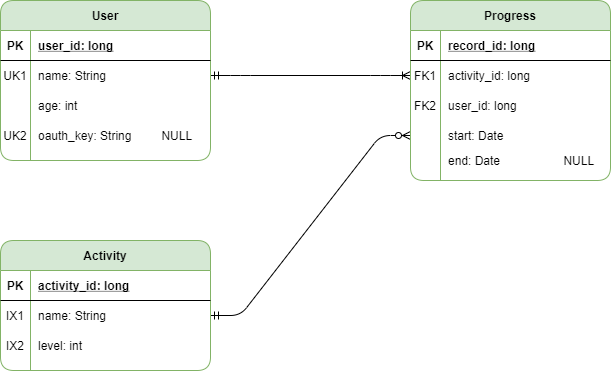
anhristian/play-numbers keeps this draw.io diagram as docs/img/erd.png. Above is the earlier version. Source tidied: cells renumbered, new cells last; positions are measured from the earlier drawing's top-left corner, leaving out a move shared by most shapes.
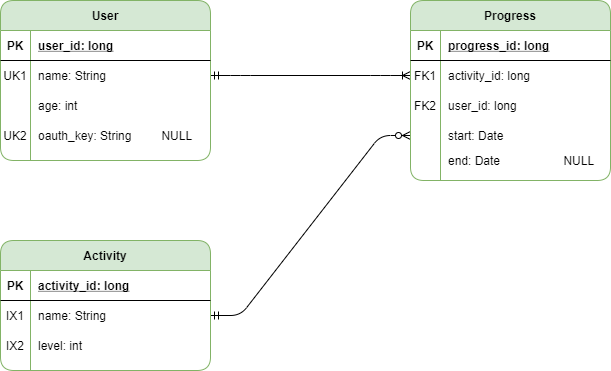
After the change.

What changed in the source:
```diff
@@ -89,7 +89,7 @@
     <mxCell id="30" value="PK" style="shape=partialRectangle;fillColor=none;top=0;left=0;bottom=0;right=0;fontStyle=1;overflow=hidden;" parent="29" vertex="1">
       <mxGeometry width="30" height="30" as="geometry" />
     </mxCell>
-    <mxCell id="31" value="record_id: long" style="shape=partialRectangle;fillColor=none;top=0;left=0;bottom=0;right=0;align=left;spacingLeft=6;fontStyle=5;overflow=hidden;" parent="29" vertex="1">
+    <mxCell id="31" value="progress_id: long" style="shape=partialRectangle;fillColor=none;top=0;left=0;bottom=0;right=0;align=left;spacingLeft=6;fontStyle=5;overflow=hidden;" parent="29" vertex="1">
       <mxGeometry x="30" width="170" height="30" as="geometry" />
     </mxCell>
     <mxCell id="32" style="shape=partialRectangle;fillColor=none;top=0;left=0;bottom=0;right=0;points=[[0,0.5],[1,0.5]];portConstraint=eastwest;" parent="28" vertex="1">
```
